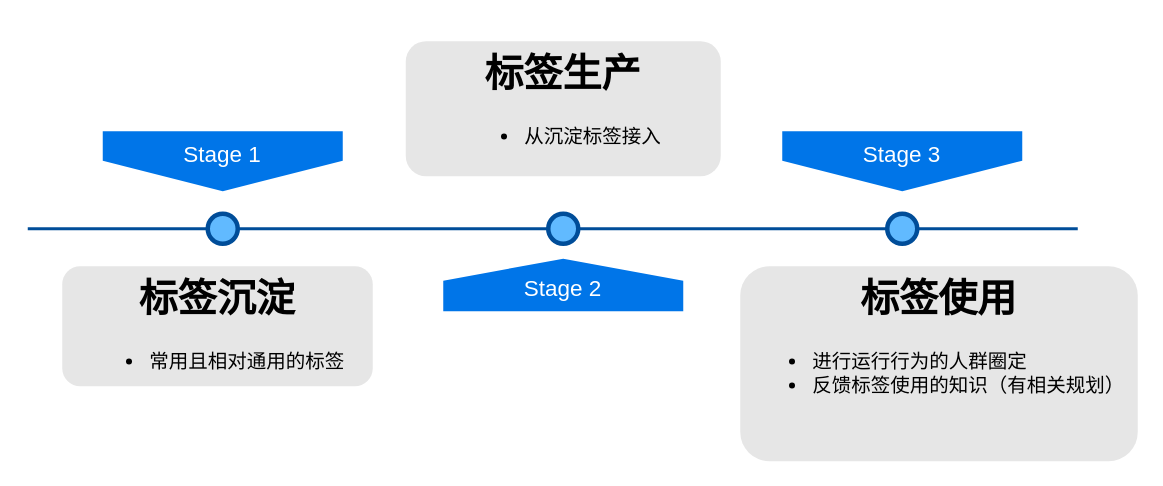
Before: center_Diagram.drawio in feiwsteven/cython, a draw.io diagram. Source tidied: cells renumbered, new cells numbered last; positions are measured from the earlier drawing's top-left corner, leaving out a move shared by most shapes. Both pictures are drawn from the tidied source at 150%, with x=0, y=0 at pixel (27, 40).
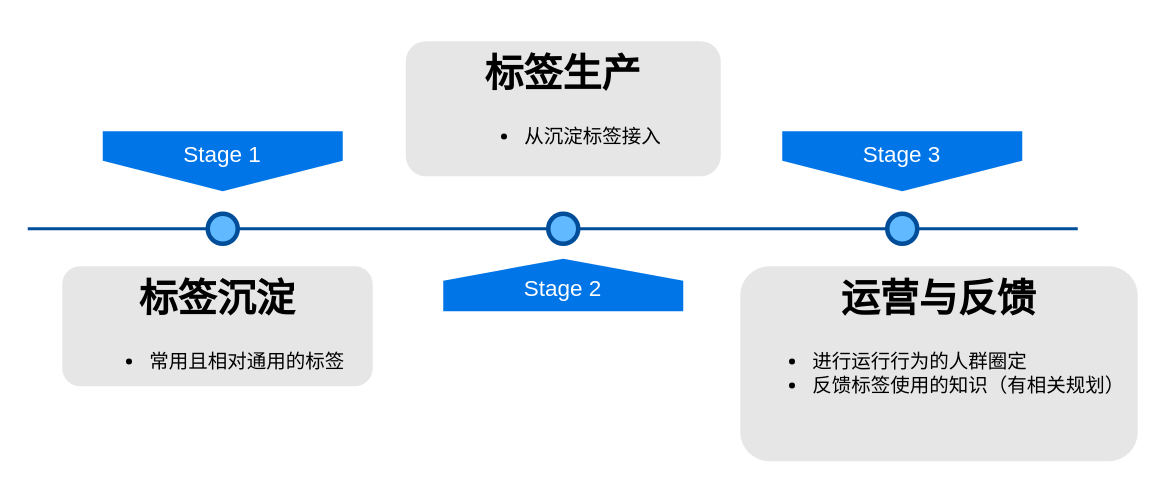
Above is the later version.

Diff of the diagram source:
```diff
@@
 <mxGraphModel>
   <root>
     <mxCell id="0" />
     <mxCell id="1" parent="0" />
     <mxCell id="2" style="line;strokeWidth=2;html=1;fillColor=none;fontSize=28;fontColor=#004D99;strokeColor=#004D99;" parent="1" vertex="1">
       <mxGeometry y="120" width="700" height="10" as="geometry" />
     </mxCell>
     <mxCell id="3" value="Stage 1" style="shape=offPageConnector;whiteSpace=wrap;html=1;fillColor=#0075E8;fontSize=15;fontColor=#FFFFFF;size=0.5093750000000015;verticalAlign=top;strokeColor=none;" parent="1" vertex="1">
       <mxGeometry x="50" y="60" width="160" height="40" as="geometry" />
     </mxCell>
     <mxCell id="4" value="&lt;span&gt;Stage 3&lt;/span&gt;" style="shape=offPageConnector;whiteSpace=wrap;html=1;fillColor=#0075E8;fontSize=15;fontColor=#FFFFFF;size=0.5093750000000015;verticalAlign=top;strokeColor=none;" parent="1" vertex="1">
       <mxGeometry x="503" y="60" width="160" height="40" as="geometry" />
     </mxCell>
     <mxCell id="5" value="&lt;span&gt;Stage 2&lt;/span&gt;" style="shape=offPageConnector;whiteSpace=wrap;html=1;fillColor=#0075E8;fontSize=15;fontColor=#FFFFFF;size=0.4178571428571445;flipV=1;verticalAlign=bottom;strokeColor=none;spacingBottom=4;" parent="1" vertex="1">
       <mxGeometry x="277" y="145" width="160" height="35" as="geometry" />
     </mxCell>
     <mxCell id="6" style="ellipse;whiteSpace=wrap;html=1;fillColor=#61BAFF;fontSize=28;fontColor=#004D99;strokeWidth=3;strokeColor=#004D99;" parent="1" vertex="1">
       <mxGeometry x="120" y="115" width="20" height="20" as="geometry" />
     </mxCell>
     <mxCell id="7" style="ellipse;whiteSpace=wrap;html=1;fillColor=#61BAFF;fontSize=28;fontColor=#004D99;strokeWidth=3;strokeColor=#004D99;" parent="1" vertex="1">
       <mxGeometry x="347" y="115" width="20" height="20" as="geometry" />
     </mxCell>
     <mxCell id="8" style="ellipse;whiteSpace=wrap;html=1;fillColor=#61BAFF;fontSize=28;fontColor=#004D99;strokeWidth=3;strokeColor=#004D99;" parent="1" vertex="1">
       <mxGeometry x="573" y="115" width="20" height="20" as="geometry" />
     </mxCell>
     <mxCell id="9" value="&lt;h1&gt;标签沉淀&lt;/h1&gt;&lt;p&gt;&lt;/p&gt;&lt;div style=&quot;text-align: left&quot;&gt;&lt;ul&gt;&lt;li&gt;常用且相对通用的标签&lt;/li&gt;&lt;/ul&gt;&lt;/div&gt;&lt;p&gt;&lt;/p&gt;" style="text;html=1;spacing=5;spacingTop=-20;whiteSpace=wrap;overflow=hidden;strokeColor=none;strokeWidth=3;fillColor=#E6E6E6;fontSize=13;fontColor=#000000;align=center;rounded=1;" parent="1" vertex="1">
       <mxGeometry x="23" y="150" width="207" height="80" as="geometry" />
     </mxCell>
     <mxCell id="10" value="&lt;h1&gt;标签生产&lt;/h1&gt;&lt;p&gt;&lt;/p&gt;&lt;ul&gt;&lt;li&gt;&lt;div&gt;&lt;div style=&quot;text-align: left&quot;&gt;从沉淀标签接入&lt;/div&gt;&lt;/div&gt;&lt;/li&gt;&lt;/ul&gt;&lt;p&gt;&lt;/p&gt;" style="text;html=1;spacing=5;spacingTop=-20;whiteSpace=wrap;overflow=hidden;strokeColor=none;strokeWidth=3;fillColor=#E6E6E6;fontSize=13;fontColor=#000000;align=center;rounded=1;" parent="1" vertex="1">
       <mxGeometry x="252" width="210" height="90" as="geometry" />
     </mxCell>
-    <mxCell id="11" value="&lt;h1&gt;标签使用&lt;/h1&gt;&lt;p style=&quot;text-align: left&quot;&gt;&lt;/p&gt;&lt;ul&gt;&lt;li style=&quot;text-align: left&quot;&gt;进行运行行为的人群圈定&lt;/li&gt;&lt;li style=&quot;text-align: left&quot;&gt;反馈标签使用的知识（有相关规划）&lt;/li&gt;&lt;/ul&gt;&lt;p&gt;&lt;/p&gt;&lt;p&gt;&lt;br&gt;&lt;/p&gt;" style="text;html=1;spacing=5;spacingTop=-20;whiteSpace=wrap;overflow=hidden;strokeColor=none;strokeWidth=3;fillColor=#E6E6E6;fontSize=13;fontColor=#000000;align=center;rounded=1;" parent="1" vertex="1">
+    <mxCell id="11" value="&lt;h1&gt;运营与反馈&lt;/h1&gt;&lt;p style=&quot;text-align: left&quot;&gt;&lt;/p&gt;&lt;ul&gt;&lt;li style=&quot;text-align: left&quot;&gt;进行运行行为的人群圈定&lt;/li&gt;&lt;li style=&quot;text-align: left&quot;&gt;反馈标签使用的知识（有相关规划）&lt;/li&gt;&lt;/ul&gt;&lt;p&gt;&lt;/p&gt;&lt;p&gt;&lt;br&gt;&lt;/p&gt;" style="text;html=1;spacing=5;spacingTop=-20;whiteSpace=wrap;overflow=hidden;strokeColor=none;strokeWidth=3;fillColor=#E6E6E6;fontSize=13;fontColor=#000000;align=center;rounded=1;" parent="1" vertex="1">
       <mxGeometry x="475" y="150" width="265" height="130" as="geometry" />
     </mxCell>
   </root>
 </mxGraphModel>
```
